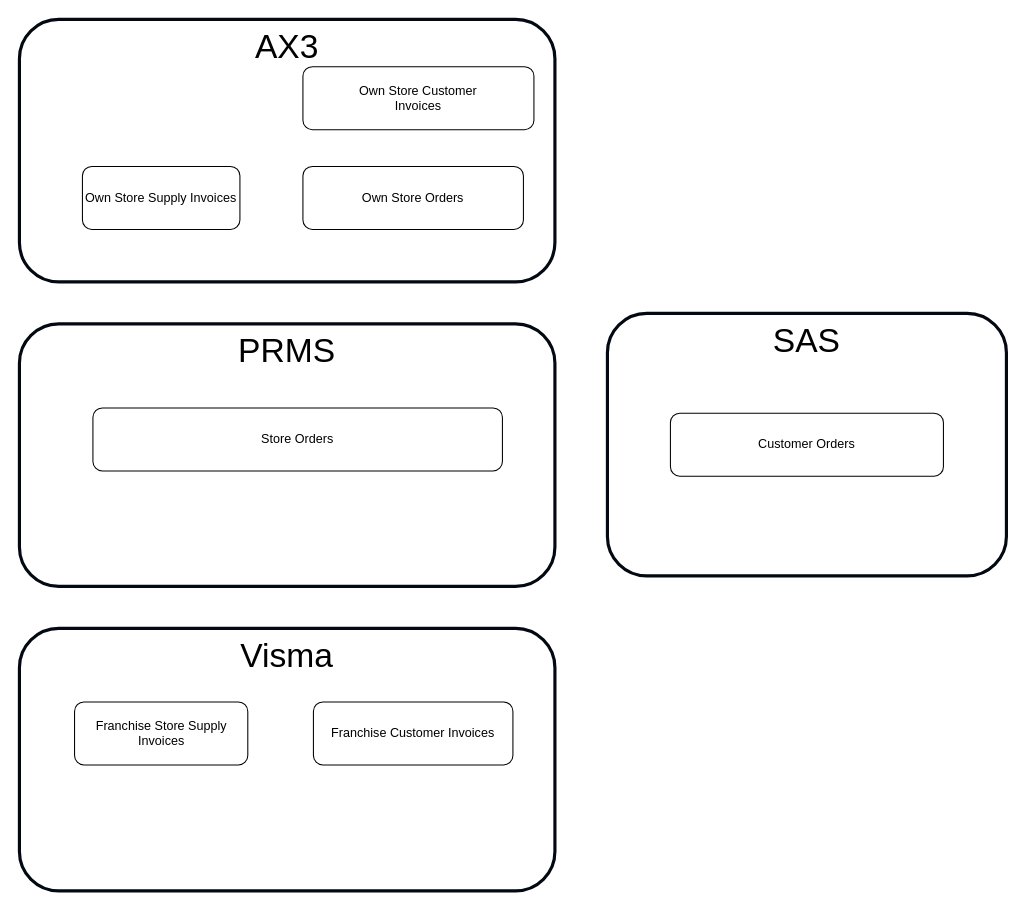
mrf742002/Diagrams keeps this draw.io diagram as page "Nobia Supply" (1 of 5) of Franchise.drawio. Above is the earlier version. Source tidied: cells renumbered, new cells numbered last; positions are measured from the earlier drawing's top-left corner, leaving out a move shared by most shapes. Both pictures are drawn from the tidied source at 105%, with x=0, y=0 at pixel (19, 19).
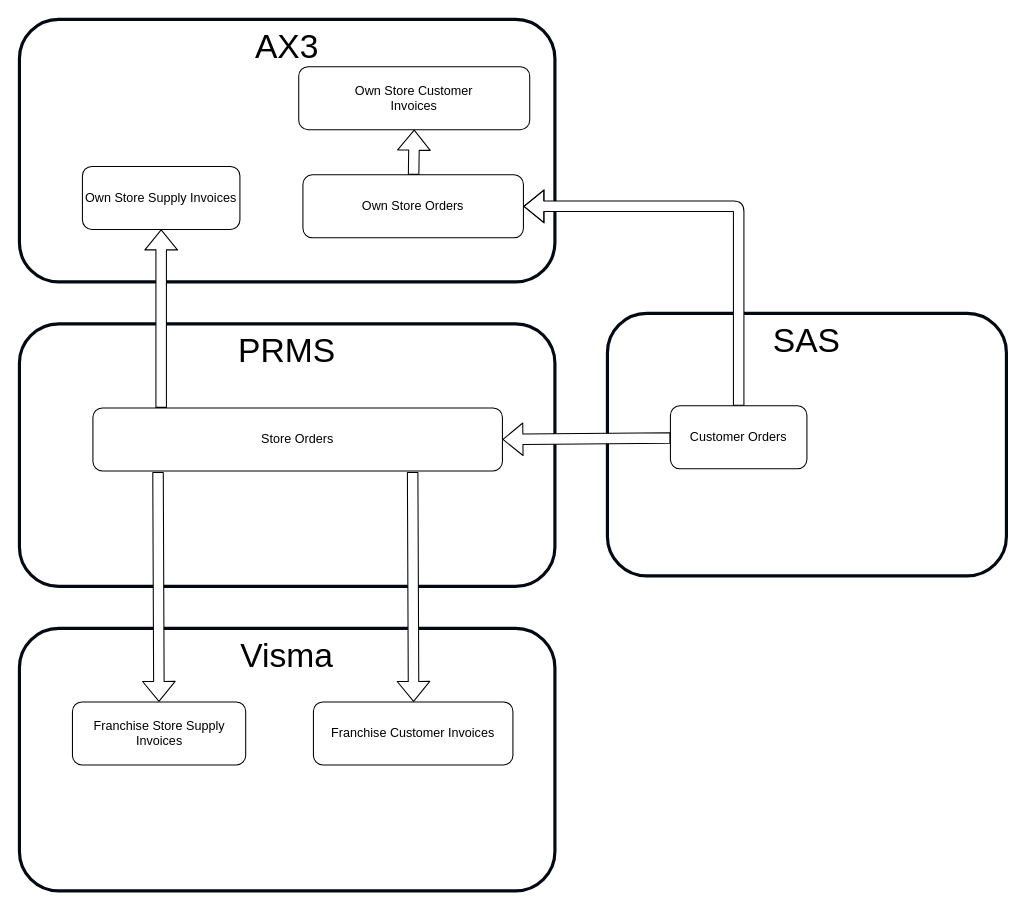
After the change.

The change refers to these unchanged cells:
```xml
<mxCell id="6" value="Own Store Supply Invoices" style="rounded=1;whiteSpace=wrap;html=1;" parent="1" vertex="1">
  <mxGeometry x="60" y="140" width="150" height="60" as="geometry" />
</mxCell>
<mxCell id="8" value="Store Orders" style="rounded=1;whiteSpace=wrap;html=1;" parent="1" vertex="1">
  <mxGeometry x="70" y="370" width="390" height="60" as="geometry" />
</mxCell>
```

What changed in the source:
```diff
@@
     <mxCell id="7" value="Franchise Store Supply Invoices" style="rounded=1;whiteSpace=wrap;html=1;" parent="1" vertex="1">
-      <mxGeometry x="52.5" y="650" width="165" height="60" as="geometry" />
+      <mxGeometry x="50.5" y="650" width="165" height="60" as="geometry" />
     </mxCell>
@@
     <mxCell id="9" value="Customer Orders" style="rounded=1;whiteSpace=wrap;html=1;" parent="1" vertex="1">
-      <mxGeometry x="620" y="375" width="260" height="60" as="geometry" />
+      <mxGeometry x="620" y="368" width="130" height="60" as="geometry" />
     </mxCell>
     <mxCell id="10" value="Own Store Orders" style="rounded=1;whiteSpace=wrap;html=1;" parent="1" vertex="1">
-      <mxGeometry x="270" y="140" width="210" height="60" as="geometry" />
+      <mxGeometry x="270" y="148" width="210" height="60" as="geometry" />
     </mxCell>
     <mxCell id="11" value="Own Store Customer&lt;br&gt;Invoices" style="rounded=1;whiteSpace=wrap;html=1;" parent="1" vertex="1">
-      <mxGeometry x="270" y="45" width="220" height="60" as="geometry" />
+      <mxGeometry x="266" y="45" width="220" height="60" as="geometry" />
     </mxCell>
@@
+    <mxCell id="13" style="shape=flexArrow;endArrow=classic;html=1;fontSize=32;entryX=1;entryY=0.5;entryDx=0;entryDy=0;fillColor=#ffffff;" parent="1" edge="1" source="9" target="8">
+      <mxGeometry relative="1" as="geometry" />
+    </mxCell>
+    <mxCell id="14" style="shape=flexArrow;endArrow=classic;html=1;fontSize=32;entryX=1;entryY=0.5;entryDx=0;entryDy=0;fillColor=#ffffff;" parent="1" edge="1" source="9" target="10">
+      <mxGeometry relative="1" as="geometry">
+        <Array as="points">
+          <mxPoint x="685" y="178" />
+        </Array>
+      </mxGeometry>
+    </mxCell>
+    <mxCell id="15" style="shape=flexArrow;endArrow=classic;html=1;fontSize=32;entryX=0.5;entryY=1;entryDx=0;entryDy=0;fillColor=#ffffff;" parent="1" edge="1" target="6">
+      <mxGeometry relative="1" as="geometry">
+        <mxPoint x="135" y="370" as="sourcePoint" />
+      </mxGeometry>
+    </mxCell>
+    <mxCell id="16" style="shape=flexArrow;endArrow=classic;html=1;fontSize=32;entryX=0.5;entryY=1;entryDx=0;entryDy=0;" parent="1" edge="1" source="10" target="11">
+      <mxGeometry relative="1" as="geometry" />
+    </mxCell>
+    <mxCell id="17" style="shape=flexArrow;endArrow=classic;html=1;fontSize=32;exitX=0.159;exitY=1.017;exitDx=0;exitDy=0;exitPerimeter=0;fillColor=#ffffff;" parent="1" edge="1" source="8" target="7">
+      <mxGeometry relative="1" as="geometry" />
+    </mxCell>
+    <mxCell id="18" style="shape=flexArrow;endArrow=classic;html=1;fontSize=32;exitX=0.159;exitY=1.017;exitDx=0;exitDy=0;exitPerimeter=0;fillColor=#ffffff;" parent="1" edge="1">
+      <mxGeometry relative="1" as="geometry">
+        <mxPoint x="374.5" y="431" as="sourcePoint" />
+        <mxPoint x="375.4" y="650" as="targetPoint" />
+      </mxGeometry>
+    </mxCell>
```
